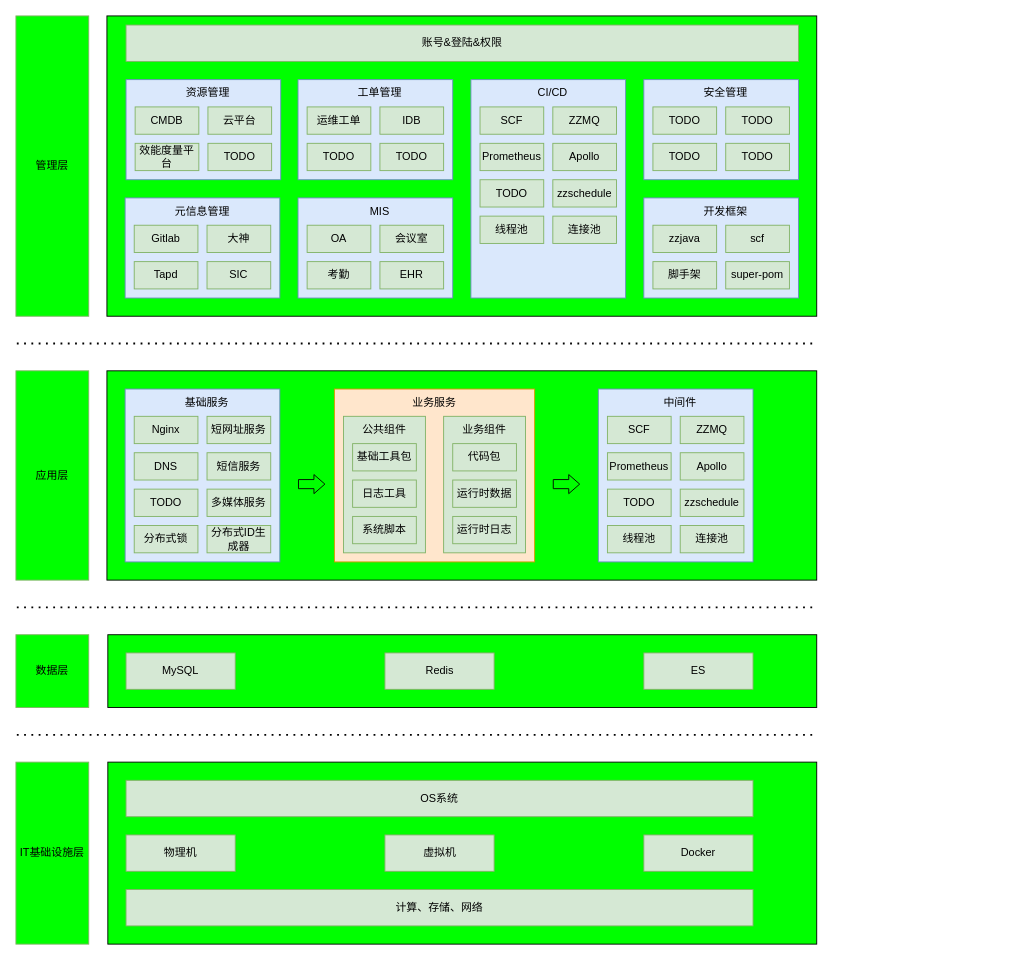
Before: tc/技术基础体系架构.drawio in zhuanzhuan-tech/arch-draw-io, a draw.io diagram. Source tidied: cells renumbered, new cells numbered last; positions are measured from the earlier drawing's top-left corner, leaving out a move shared by most shapes. Both pictures are drawn from the tidied source at 91%, with x=0, y=0 at pixel (15, 15).
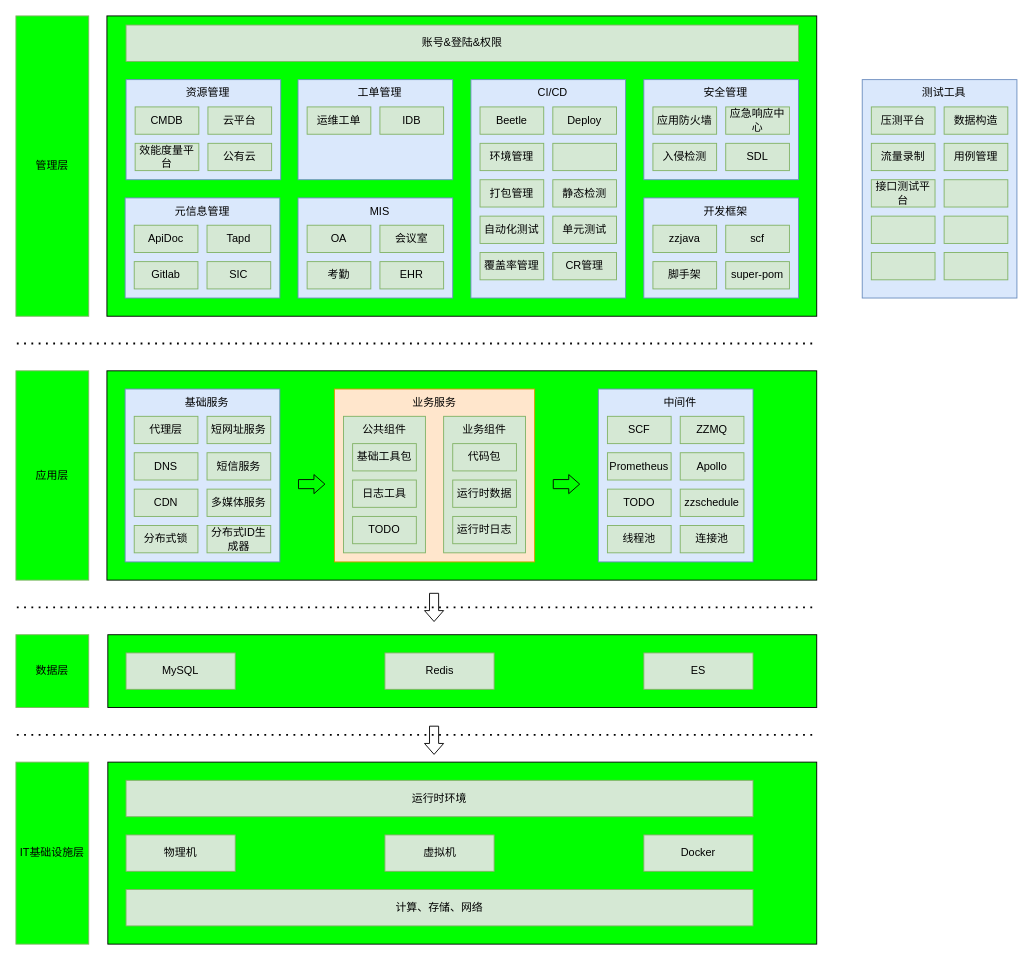
The same page after the edit.

Commit message (it also covers changes not shown here):
更新技术基础体系架构.drawio

The edit, as a diff of the source:
```diff
@@
-    <mxCell id="6" value="OS系统" style="rounded=0;whiteSpace=wrap;html=1;fillColor=#d5e8d4;strokeColor=#82b366;" parent="1" vertex="1">
+    <mxCell id="6" value="运行时环境" style="rounded=0;whiteSpace=wrap;html=1;fillColor=#d5e8d4;strokeColor=#82b366;" parent="1" vertex="1">
       <mxGeometry x="121" y="840" width="689" height="40" as="geometry" />
     </mxCell>
@@
-    <mxCell id="19" value="TODO" style="rounded=0;whiteSpace=wrap;html=1;fillColor=#d5e8d4;strokeColor=#82b366;" parent="1" vertex="1">
+    <mxCell id="19" value="CDN" style="rounded=0;whiteSpace=wrap;html=1;fillColor=#d5e8d4;strokeColor=#82b366;" parent="1" vertex="1">
       <mxGeometry x="130" y="520" width="70" height="30" as="geometry" />
     </mxCell>
@@
-    <mxCell id="22" value="Nginx" style="rounded=0;whiteSpace=wrap;html=1;fillColor=#d5e8d4;strokeColor=#82b366;" parent="1" vertex="1">
+    <mxCell id="22" value="代理层" style="rounded=0;whiteSpace=wrap;html=1;fillColor=#d5e8d4;strokeColor=#82b366;" parent="1" vertex="1">
       <mxGeometry x="130" y="440" width="70" height="30" as="geometry" />
     </mxCell>
@@
-    <mxCell id="32" value="系统脚本" style="rounded=0;whiteSpace=wrap;html=1;fillColor=#d5e8d4;strokeColor=#82b366;" parent="1" vertex="1">
+    <mxCell id="32" value="TODO" style="rounded=0;whiteSpace=wrap;html=1;fillColor=#d5e8d4;strokeColor=#82b366;" parent="1" vertex="1">
       <mxGeometry x="370" y="550" width="70" height="30" as="geometry" />
     </mxCell>
@@
-    <mxCell id="59" value="TODO" style="rounded=0;whiteSpace=wrap;html=1;fillColor=#d5e8d4;strokeColor=#82b366;" parent="1" vertex="1">
+    <mxCell id="59" value="公有云" style="rounded=0;whiteSpace=wrap;html=1;fillColor=#d5e8d4;strokeColor=#82b366;" parent="1" vertex="1">
       <mxGeometry x="211" y="140" width="70" height="30" as="geometry" />
     </mxCell>
@@
-    <mxCell id="62" value="TODO" style="rounded=0;whiteSpace=wrap;html=1;fillColor=#d5e8d4;strokeColor=#82b366;" parent="1" vertex="1">
+    <mxCell id="62" value="打包管理" style="rounded=0;whiteSpace=wrap;html=1;fillColor=#d5e8d4;strokeColor=#82b366;" parent="1" vertex="1">
       <mxGeometry x="510" y="180" width="70" height="30" as="geometry" />
     </mxCell>
@@
-    <mxCell id="64" value="Prometheus" style="rounded=0;whiteSpace=wrap;html=1;fillColor=#d5e8d4;strokeColor=#82b366;" parent="1" vertex="1">
+    <mxCell id="64" value="环境管理" style="rounded=0;whiteSpace=wrap;html=1;fillColor=#d5e8d4;strokeColor=#82b366;" parent="1" vertex="1">
       <mxGeometry x="510" y="140" width="70" height="30" as="geometry" />
     </mxCell>
-    <mxCell id="65" value="SCF" style="rounded=0;whiteSpace=wrap;html=1;fillColor=#d5e8d4;strokeColor=#82b366;" parent="1" vertex="1">
+    <mxCell id="65" value="Beetle" style="rounded=0;whiteSpace=wrap;html=1;fillColor=#d5e8d4;strokeColor=#82b366;" parent="1" vertex="1">
       <mxGeometry x="510" y="100" width="70" height="30" as="geometry" />
     </mxCell>
-    <mxCell id="66" value="线程池" style="rounded=0;whiteSpace=wrap;html=1;fillColor=#d5e8d4;strokeColor=#82b366;" parent="1" vertex="1">
+    <mxCell id="66" value="自动化测试" style="rounded=0;whiteSpace=wrap;html=1;fillColor=#d5e8d4;strokeColor=#82b366;" parent="1" vertex="1">
       <mxGeometry x="510" y="220" width="70" height="30" as="geometry" />
     </mxCell>
-    <mxCell id="67" value="zzschedule" style="rounded=0;whiteSpace=wrap;html=1;fillColor=#d5e8d4;strokeColor=#82b366;" parent="1" vertex="1">
+    <mxCell id="67" value="静态检测" style="rounded=0;whiteSpace=wrap;html=1;fillColor=#d5e8d4;strokeColor=#82b366;" parent="1" vertex="1">
       <mxGeometry x="590" y="180" width="70" height="30" as="geometry" />
     </mxCell>
-    <mxCell id="68" value="Apollo" style="rounded=0;whiteSpace=wrap;html=1;fillColor=#d5e8d4;strokeColor=#82b366;" parent="1" vertex="1">
+    <mxCell id="68" style="rounded=0;whiteSpace=wrap;html=1;fillColor=#d5e8d4;strokeColor=#82b366;" parent="1" vertex="1">
       <mxGeometry x="590" y="140" width="70" height="30" as="geometry" />
     </mxCell>
-    <mxCell id="69" value="ZZMQ" style="rounded=0;whiteSpace=wrap;html=1;fillColor=#d5e8d4;strokeColor=#82b366;" parent="1" vertex="1">
+    <mxCell id="69" value="Deploy" style="rounded=0;whiteSpace=wrap;html=1;fillColor=#d5e8d4;strokeColor=#82b366;" parent="1" vertex="1">
       <mxGeometry x="590" y="100" width="70" height="30" as="geometry" />
     </mxCell>
-    <mxCell id="70" value="连接池" style="rounded=0;whiteSpace=wrap;html=1;fillColor=#d5e8d4;strokeColor=#82b366;" parent="1" vertex="1">
+    <mxCell id="70" value="单元测试" style="rounded=0;whiteSpace=wrap;html=1;fillColor=#d5e8d4;strokeColor=#82b366;" parent="1" vertex="1">
       <mxGeometry x="590" y="220" width="70" height="30" as="geometry" />
     </mxCell>
@@
-    <mxCell id="73" value="Tapd" style="rounded=0;whiteSpace=wrap;html=1;fillColor=#d5e8d4;strokeColor=#82b366;" parent="1" vertex="1">
+    <mxCell id="73" value="Gitlab" style="rounded=0;whiteSpace=wrap;html=1;fillColor=#d5e8d4;strokeColor=#82b366;" parent="1" vertex="1">
       <mxGeometry x="130" y="270" width="70" height="30" as="geometry" />
     </mxCell>
-    <mxCell id="74" value="Gitlab" style="rounded=0;whiteSpace=wrap;html=1;fillColor=#d5e8d4;strokeColor=#82b366;" parent="1" vertex="1">
+    <mxCell id="74" value="ApiDoc" style="rounded=0;whiteSpace=wrap;html=1;fillColor=#d5e8d4;strokeColor=#82b366;" parent="1" vertex="1">
       <mxGeometry x="130" y="230" width="70" height="30" as="geometry" />
     </mxCell>
@@
-    <mxCell id="76" value="大神" style="rounded=0;whiteSpace=wrap;html=1;fillColor=#d5e8d4;strokeColor=#82b366;" parent="1" vertex="1">
+    <mxCell id="76" value="Tapd" style="rounded=0;whiteSpace=wrap;html=1;fillColor=#d5e8d4;strokeColor=#82b366;" parent="1" vertex="1">
       <mxGeometry x="210" y="230" width="70" height="30" as="geometry" />
     </mxCell>
@@
-    <mxCell id="79" value="TODO" style="rounded=0;whiteSpace=wrap;html=1;fillColor=#d5e8d4;strokeColor=#82b366;" parent="1" vertex="1">
-      <mxGeometry x="320" y="140" width="70" height="30" as="geometry" />
-    </mxCell>
@@
-    <mxCell id="81" value="TODO" style="rounded=0;whiteSpace=wrap;html=1;fillColor=#d5e8d4;strokeColor=#82b366;" parent="1" vertex="1">
-      <mxGeometry x="400" y="140" width="70" height="30" as="geometry" />
-    </mxCell>
@@
-    <mxCell id="91" value="TODO" style="rounded=0;whiteSpace=wrap;html=1;fillColor=#d5e8d4;strokeColor=#82b366;" parent="1" vertex="1">
+    <mxCell id="91" value="入侵检测" style="rounded=0;whiteSpace=wrap;html=1;fillColor=#d5e8d4;strokeColor=#82b366;" parent="1" vertex="1">
       <mxGeometry x="700" y="140" width="70" height="30" as="geometry" />
     </mxCell>
-    <mxCell id="92" value="TODO" style="rounded=0;whiteSpace=wrap;html=1;fillColor=#d5e8d4;strokeColor=#82b366;" parent="1" vertex="1">
+    <mxCell id="92" value="应用防火墙" style="rounded=0;whiteSpace=wrap;html=1;fillColor=#d5e8d4;strokeColor=#82b366;" parent="1" vertex="1">
       <mxGeometry x="700" y="100" width="70" height="30" as="geometry" />
     </mxCell>
-    <mxCell id="93" value="TODO" style="rounded=0;whiteSpace=wrap;html=1;fillColor=#d5e8d4;strokeColor=#82b366;" parent="1" vertex="1">
+    <mxCell id="93" value="SDL" style="rounded=0;whiteSpace=wrap;html=1;fillColor=#d5e8d4;strokeColor=#82b366;" parent="1" vertex="1">
       <mxGeometry x="780" y="140" width="70" height="30" as="geometry" />
     </mxCell>
-    <mxCell id="94" value="TODO" style="rounded=0;whiteSpace=wrap;html=1;fillColor=#d5e8d4;strokeColor=#82b366;" parent="1" vertex="1">
+    <mxCell id="94" value="应急响应中心" style="rounded=0;whiteSpace=wrap;html=1;fillColor=#d5e8d4;strokeColor=#82b366;" parent="1" vertex="1">
       <mxGeometry x="780" y="100" width="70" height="30" as="geometry" />
     </mxCell>
@@
+    <mxCell id="102" style="shape=flexArrow;endArrow=classic;html=1;rounded=0;width=10;endSize=3.67;endWidth=10;" parent="1" edge="1">
+      <mxGeometry relative="1" as="geometry">
+        <mxPoint x="459.5" y="634" as="sourcePoint" />
+        <mxPoint x="459.5" y="666" as="targetPoint" />
+      </mxGeometry>
+    </mxCell>
+    <mxCell id="103" style="shape=flexArrow;endArrow=classic;html=1;rounded=0;width=10;endSize=3.67;endWidth=10;" parent="1" edge="1">
+      <mxGeometry relative="1" as="geometry">
+        <mxPoint x="459.5" y="780" as="sourcePoint" />
+        <mxPoint x="459.5" y="812" as="targetPoint" />
+      </mxGeometry>
+    </mxCell>
+    <mxCell id="104" value="覆盖率管理" style="rounded=0;whiteSpace=wrap;html=1;fillColor=#d5e8d4;strokeColor=#82b366;" parent="1" vertex="1">
+      <mxGeometry x="510" y="260" width="70" height="30" as="geometry" />
+    </mxCell>
+    <mxCell id="105" value="CR管理" style="rounded=0;whiteSpace=wrap;html=1;fillColor=#d5e8d4;strokeColor=#82b366;" parent="1" vertex="1">
+      <mxGeometry x="590" y="260" width="70" height="30" as="geometry" />
+    </mxCell>
+    <mxCell id="106" value="&lt;div style=&quot;&quot;&gt;&lt;br&gt;&lt;/div&gt;" style="rounded=0;whiteSpace=wrap;html=1;fillColor=#dae8fc;strokeColor=#6c8ebf;align=center;" parent="1" vertex="1">
+      <mxGeometry x="930" y="70" width="170" height="240" as="geometry" />
+    </mxCell>
+    <mxCell id="107" value="接口测试平台" style="rounded=0;whiteSpace=wrap;html=1;fillColor=#d5e8d4;strokeColor=#82b366;" parent="1" vertex="1">
+      <mxGeometry x="940" y="180" width="70" height="30" as="geometry" />
+    </mxCell>
+    <mxCell id="108" value="测试工具" style="text;html=1;strokeColor=none;fillColor=none;align=center;verticalAlign=middle;whiteSpace=wrap;rounded=0;" parent="1" vertex="1">
+      <mxGeometry x="990" y="70" width="60" height="30" as="geometry" />
+    </mxCell>
+    <mxCell id="109" value="流量录制" style="rounded=0;whiteSpace=wrap;html=1;fillColor=#d5e8d4;strokeColor=#82b366;" parent="1" vertex="1">
+      <mxGeometry x="940" y="140" width="70" height="30" as="geometry" />
+    </mxCell>
+    <mxCell id="110" value="压测平台" style="rounded=0;whiteSpace=wrap;html=1;fillColor=#d5e8d4;strokeColor=#82b366;" parent="1" vertex="1">
+      <mxGeometry x="940" y="100" width="70" height="30" as="geometry" />
+    </mxCell>
+    <mxCell id="111" style="rounded=0;whiteSpace=wrap;html=1;fillColor=#d5e8d4;strokeColor=#82b366;" parent="1" vertex="1">
+      <mxGeometry x="940" y="220" width="70" height="30" as="geometry" />
+    </mxCell>
+    <mxCell id="112" style="rounded=0;whiteSpace=wrap;html=1;fillColor=#d5e8d4;strokeColor=#82b366;" parent="1" vertex="1">
+      <mxGeometry x="1020" y="180" width="70" height="30" as="geometry" />
+    </mxCell>
+    <mxCell id="113" value="用例管理" style="rounded=0;whiteSpace=wrap;html=1;fillColor=#d5e8d4;strokeColor=#82b366;" parent="1" vertex="1">
+      <mxGeometry x="1020" y="140" width="70" height="30" as="geometry" />
+    </mxCell>
+    <mxCell id="114" value="数据构造" style="rounded=0;whiteSpace=wrap;html=1;fillColor=#d5e8d4;strokeColor=#82b366;" parent="1" vertex="1">
+      <mxGeometry x="1020" y="100" width="70" height="30" as="geometry" />
+    </mxCell>
+    <mxCell id="115" style="rounded=0;whiteSpace=wrap;html=1;fillColor=#d5e8d4;strokeColor=#82b366;" parent="1" vertex="1">
+      <mxGeometry x="1020" y="220" width="70" height="30" as="geometry" />
+    </mxCell>
+    <mxCell id="116" style="rounded=0;whiteSpace=wrap;html=1;fillColor=#d5e8d4;strokeColor=#82b366;" parent="1" vertex="1">
+      <mxGeometry x="940" y="260" width="70" height="30" as="geometry" />
+    </mxCell>
+    <mxCell id="117" style="rounded=0;whiteSpace=wrap;html=1;fillColor=#d5e8d4;strokeColor=#82b366;" parent="1" vertex="1">
+      <mxGeometry x="1020" y="260" width="70" height="30" as="geometry" />
+    </mxCell>
```
